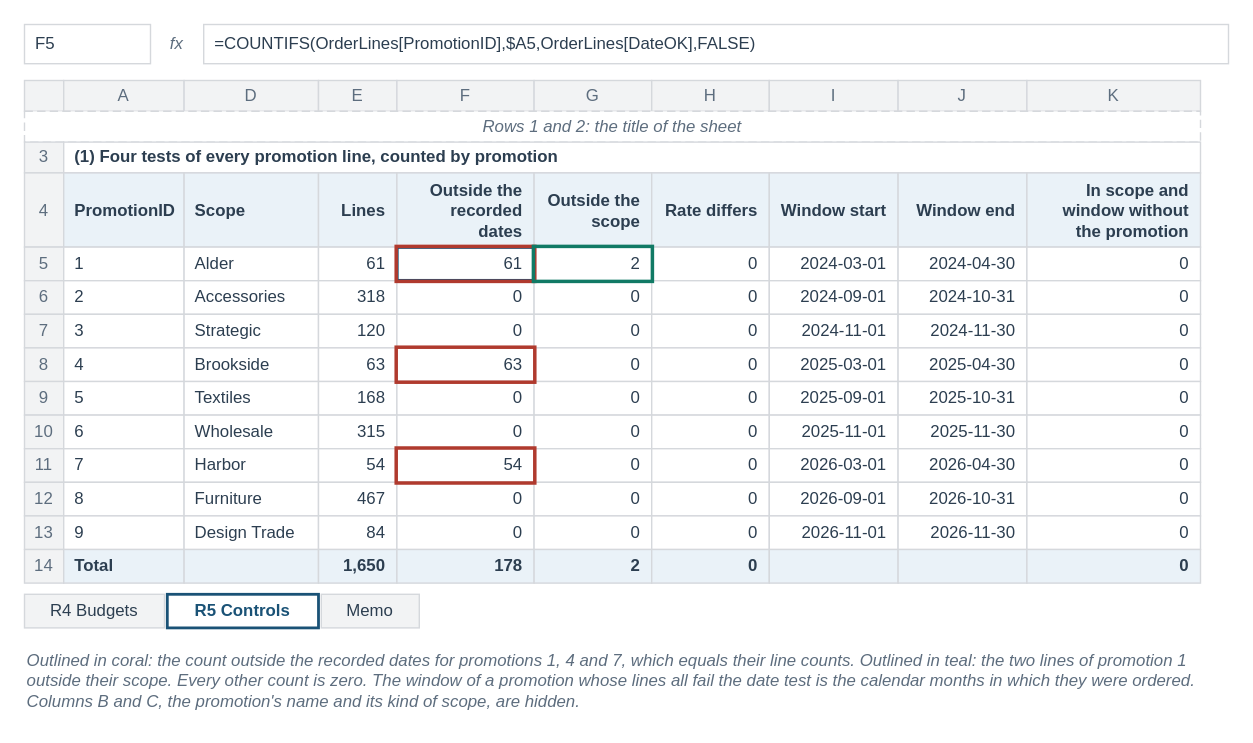
Above: facts/instructor/figures/case-part-2/IF-C2-5-A.drawio in mmcodesso/Accounting_Analytics_Book (draw.io), before the change. Source tidied: cells renumbered, new cells numbered last; positions are measured from the earlier drawing's top-left corner, leaving out a move shared by most shapes. Both pictures are drawn from the tidied source at 140%, with x=0, y=0 at pixel (24, 24).
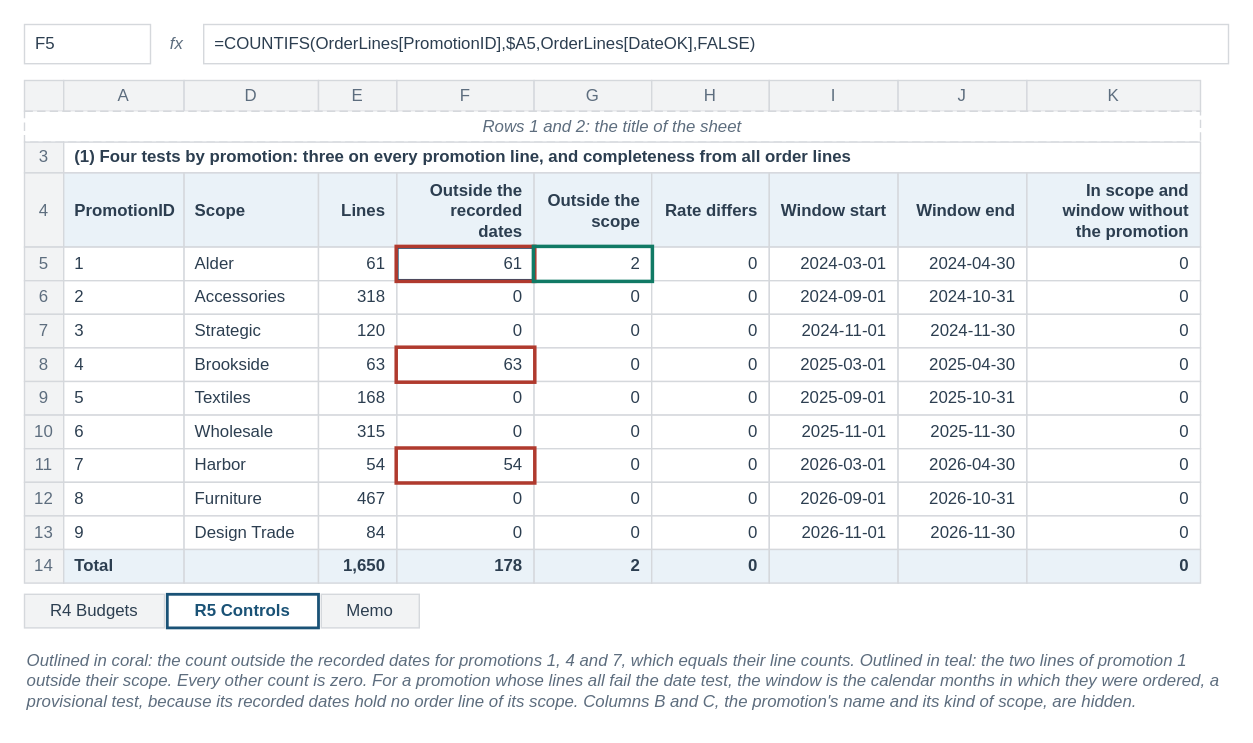
Above is the later version.

What changed in the source:
```diff
@@
-    <mxCell id="18" value="&lt;b&gt;(1) Four tests of every promotion line, counted by promotion&lt;/b&gt;" style="rounded=0;arcSize=6;whiteSpace=wrap;html=1;fillColor=#FFFFFF;strokeColor=#D5D8DC;strokeWidth=1;fontColor=#2C3E50;fontSize=12;fontStyle=0;align=left;verticalAlign=middle;fontFamily=Helvetica;spacingLeft=6;spacingRight=6;" parent="1" vertex="1">
+    <mxCell id="18" value="&lt;b&gt;(1) Four tests by promotion: three on every promotion line, and completeness from all order lines&lt;/b&gt;" style="rounded=0;arcSize=6;whiteSpace=wrap;html=1;fillColor=#FFFFFF;strokeColor=#D5D8DC;strokeWidth=1;fontColor=#2C3E50;fontSize=12;fontStyle=0;align=left;verticalAlign=middle;fontFamily=Helvetica;spacingLeft=6;spacingRight=6;" parent="1" vertex="1">
       <mxGeometry x="28" y="84" width="812" height="22" as="geometry" />
     </mxCell>
@@
-    <mxCell id="132" value="&lt;i&gt;Outlined in coral: the count outside the recorded dates for promotions 1, 4 and 7, which equals their line counts. Outlined in teal: the two lines of promotion 1 outside their scope. Every other count is zero. The window of a promotion whose lines all fail the date test is the calendar months in which they were ordered. Columns B and C, the promotion's name and its kind of scope, are hidden.&lt;/i&gt;" style="text;html=1;whiteSpace=wrap;align=left;verticalAlign=top;fontSize=12;fontColor=#5D6D7E;fontStyle=0;fontFamily=Helvetica;spacing=2;fillColor=none;strokeColor=none;" parent="1" vertex="1">
+    <mxCell id="132" value="&lt;i&gt;Outlined in coral: the count outside the recorded dates for promotions 1, 4 and 7, which equals their line counts. Outlined in teal: the two lines of promotion 1 outside their scope. Every other count is zero. For a promotion whose lines all fail the date test, the window is the calendar months in which they were ordered, a provisional test, because its recorded dates hold no order line of its scope. Columns B and C, the promotion's name and its kind of scope, are hidden.&lt;/i&gt;" style="text;html=1;whiteSpace=wrap;align=left;verticalAlign=top;fontSize=12;fontColor=#5D6D7E;fontStyle=0;fontFamily=Helvetica;spacing=2;fillColor=none;strokeColor=none;" parent="1" vertex="1">
       <mxGeometry y="441" width="860" height="53" as="geometry" />
     </mxCell>
```
